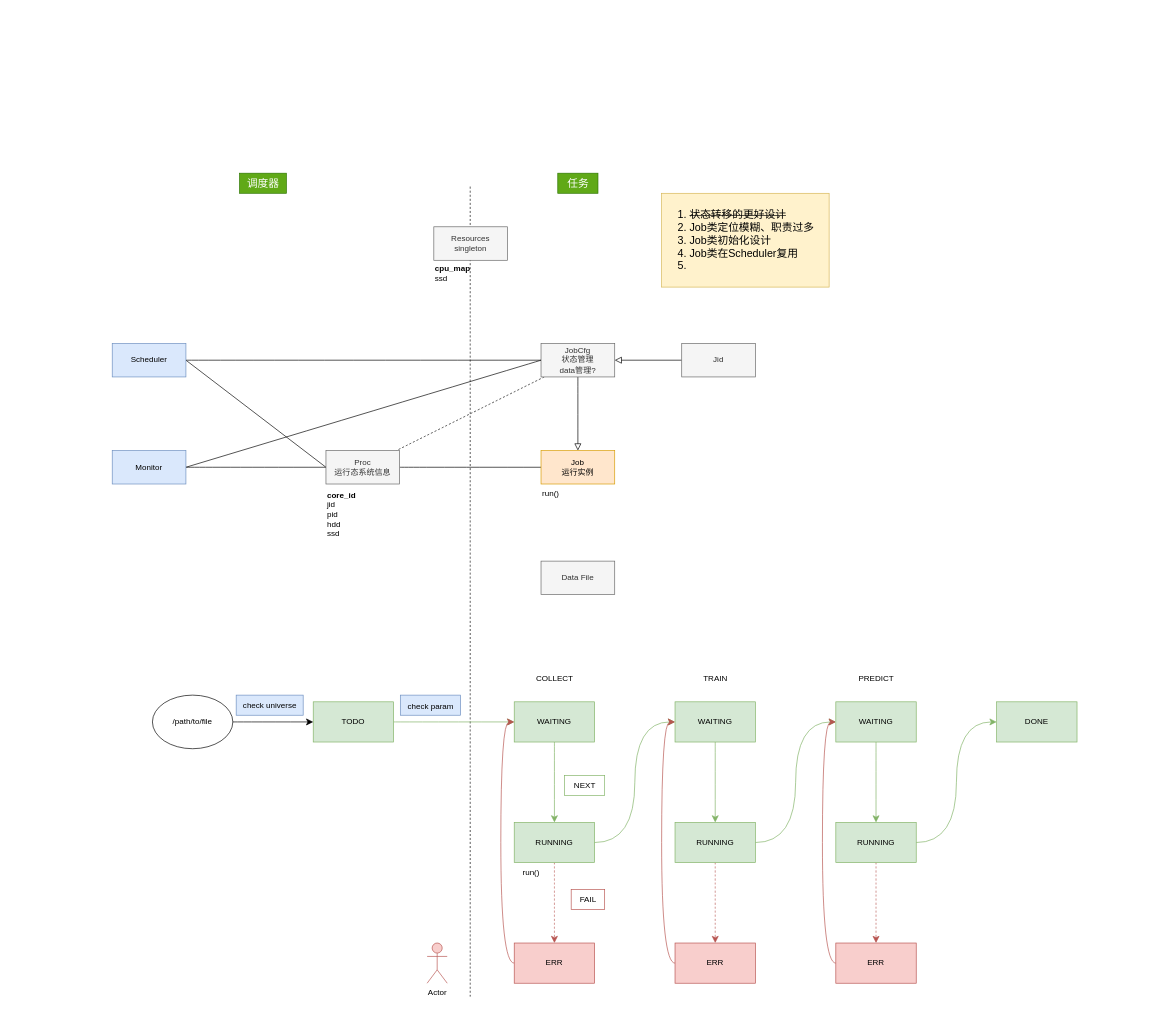
mistyeye11/drawio keeps this draw.io diagram as practice.drawio. Above is the earlier version. Source tidied: cells renumbered, new cells numbered last; positions are measured from the earlier drawing's top-left corner, leaving out a move shared by most shapes. Both pictures are drawn from the tidied source at 67%, with x=0, y=0 at pixel (112, 173).
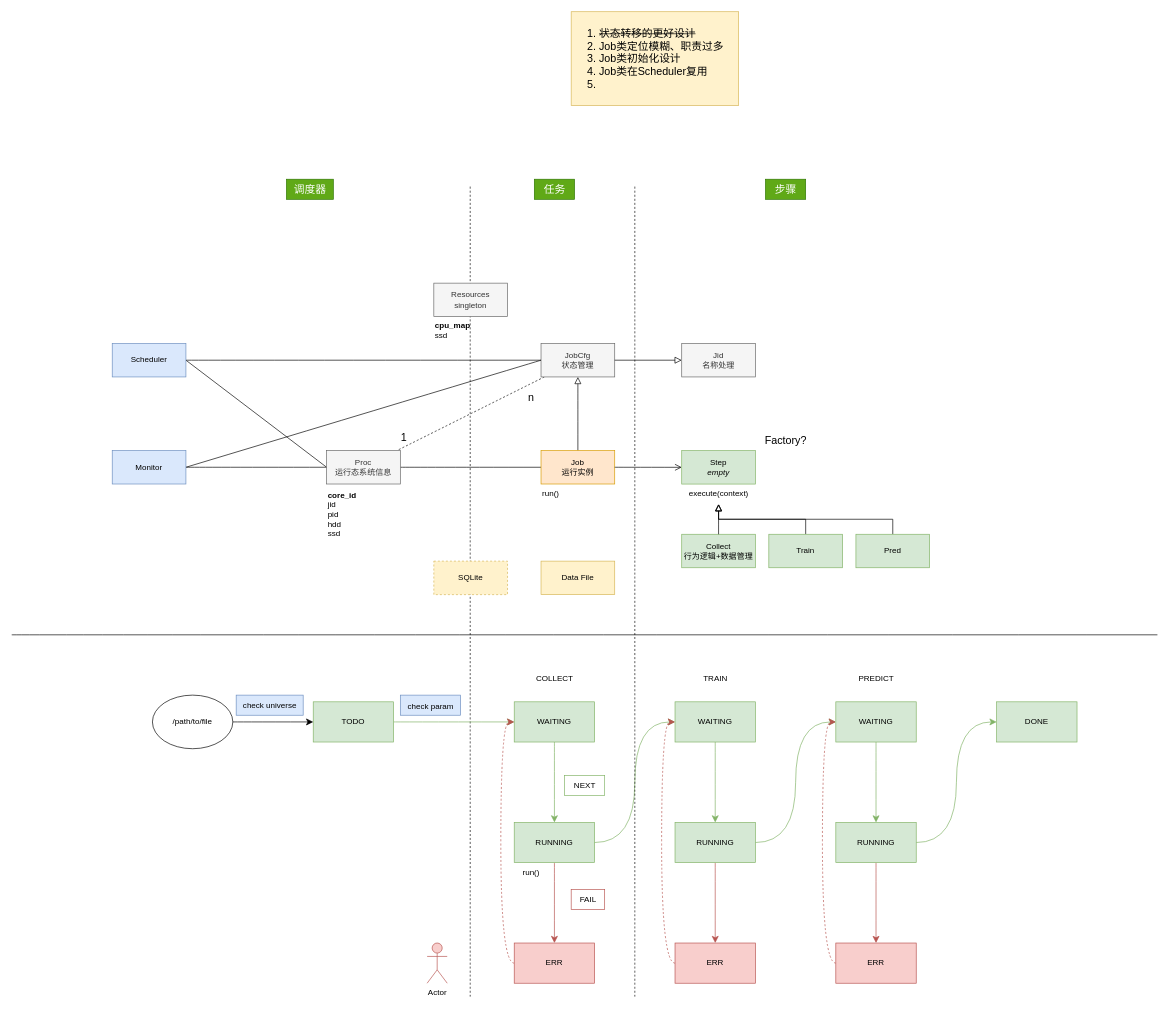
After the change.

The change refers to these unchanged cells:
```xml
<mxCell id="18" value="&lt;div&gt;WAITING&lt;/div&gt;" style="rounded=0;whiteSpace=wrap;html=1;fillColor=#d5e8d4;strokeColor=#82b366;" parent="1" vertex="1">
  <mxGeometry x="600" y="789" width="120" height="60" as="geometry" />
</mxCell>
<mxCell id="20" value="RUNNING" style="rounded=0;whiteSpace=wrap;html=1;fillColor=#d5e8d4;strokeColor=#82b366;" parent="1" vertex="1">
  <mxGeometry x="600" y="969" width="120" height="60" as="geometry" />
</mxCell>
<mxCell id="22" value="ERR" style="rounded=0;whiteSpace=wrap;html=1;fillColor=#f8cecc;strokeColor=#b85450;" parent="1" vertex="1">
  <mxGeometry x="600" y="1149" width="120" height="60" as="geometry" />
</mxCell>
<mxCell id="24" value="&lt;div&gt;WAITING&lt;/div&gt;" style="rounded=0;whiteSpace=wrap;html=1;fillColor=#d5e8d4;strokeColor=#82b366;" parent="1" vertex="1">
  <mxGeometry x="840" y="789" width="120" height="60" as="geometry" />
</mxCell>
<mxCell id="26" value="&lt;div&gt;WAITING&lt;/div&gt;" style="rounded=0;whiteSpace=wrap;html=1;fillColor=#d5e8d4;strokeColor=#82b366;" parent="1" vertex="1">
  <mxGeometry x="1080" y="789" width="120" height="60" as="geometry" />
</mxCell>
<mxCell id="30" value="RUNNING" style="rounded=0;whiteSpace=wrap;html=1;fillColor=#d5e8d4;strokeColor=#82b366;" parent="1" vertex="1">
  <mxGeometry x="840" y="969" width="120" height="60" as="geometry" />
</mxCell>
<mxCell id="33" value="RUNNING" style="rounded=0;whiteSpace=wrap;html=1;fillColor=#d5e8d4;strokeColor=#82b366;" parent="1" vertex="1">
  <mxGeometry x="1080" y="969" width="120" height="60" as="geometry" />
</mxCell>
<mxCell id="34" value="ERR" style="rounded=0;whiteSpace=wrap;html=1;fillColor=#f8cecc;strokeColor=#b85450;" parent="1" vertex="1">
  <mxGeometry x="840" y="1149" width="120" height="60" as="geometry" />
</mxCell>
<mxCell id="36" value="ERR" style="rounded=0;whiteSpace=wrap;html=1;fillColor=#f8cecc;strokeColor=#b85450;" parent="1" vertex="1">
  <mxGeometry x="1080" y="1149" width="120" height="60" as="geometry" />
</mxCell>
<mxCell id="57" value="&lt;div&gt;Job&lt;/div&gt;&lt;div&gt;运行实例&lt;br&gt;&lt;/div&gt;" style="html=1;whiteSpace=wrap;fillColor=#ffe6cc;strokeColor=#d79b00;" parent="56" vertex="1">
  <mxGeometry width="110" height="50" as="geometry" />
</mxCell>
```

Diff of the diagram source:
```diff
@@
-    <mxCell id="4" style="edgeStyle=none;curved=1;rounded=0;jettySize=auto;html=1;entryX=0.5;entryY=0;entryDx=0;entryDy=0;fontSize=12;startSize=8;endSize=8;endArrow=block;endFill=0;startArrow=none;startFill=0;" parent="1" edge="1" source="6" target="57">
+    <mxCell id="4" style="edgeStyle=none;curved=1;rounded=0;jettySize=auto;html=1;entryX=0.5;entryY=0;entryDx=0;entryDy=0;fontSize=12;startSize=8;endSize=8;endArrow=none;endFill=0;startArrow=block;startFill=0;" parent="1" edge="1" source="6" target="57">
       <mxGeometry relative="1" as="geometry" />
     </mxCell>
@@
-    <mxCell id="6" value="&lt;div&gt;JobCfg&lt;/div&gt;&lt;div&gt;状态管理&lt;/div&gt;&lt;div&gt;data管理?&lt;br&gt;&lt;/div&gt;" style="html=1;whiteSpace=wrap;fillColor=#f5f5f5;strokeColor=#666666;fontColor=#333333;" parent="1" vertex="1">
+    <mxCell id="6" value="&lt;div&gt;JobCfg&lt;/div&gt;&lt;div&gt;状态管理&lt;/div&gt;" style="html=1;whiteSpace=wrap;fillColor=#f5f5f5;strokeColor=#666666;fontColor=#333333;" parent="1" vertex="1">
       <mxGeometry x="640" y="254.1" width="110" height="50" as="geometry" />
     </mxCell>
-    <mxCell id="7" style="edgeStyle=orthogonalEdgeStyle;rounded=0;jettySize=auto;html=1;fontSize=12;startSize=8;endSize=8;endArrow=block;endFill=0;" parent="1" edge="1" source="8" target="6">
+    <mxCell id="7" style="edgeStyle=orthogonalEdgeStyle;rounded=0;jettySize=auto;html=1;fontSize=12;startSize=8;endSize=8;endArrow=none;endFill=0;startArrow=block;startFill=0;" parent="1" edge="1" source="8" target="6">
       <mxGeometry relative="1" as="geometry" />
     </mxCell>
-    <mxCell id="8" value="&lt;div&gt;Jid&lt;/div&gt;" style="html=1;whiteSpace=wrap;fillColor=#f5f5f5;fontColor=#333333;strokeColor=#666666;" parent="1" vertex="1">
+    <mxCell id="8" value="&lt;div&gt;Jid&lt;/div&gt;&lt;div&gt;名称处理&lt;br&gt;&lt;/div&gt;" style="html=1;whiteSpace=wrap;fillColor=#f5f5f5;fontColor=#333333;strokeColor=#666666;" parent="1" vertex="1">
       <mxGeometry x="850" y="254.1" width="110" height="50" as="geometry" />
     </mxCell>
@@
-    <mxCell id="19" style="edgeStyle=none;curved=1;rounded=0;jettySize=auto;html=1;fontSize=12;startSize=8;endSize=8;dashed=1;fillColor=#f8cecc;strokeColor=#b85450;" parent="1" edge="1" source="20" target="22">
+    <mxCell id="19" style="edgeStyle=none;curved=1;rounded=0;jettySize=auto;html=1;fontSize=12;startSize=8;endSize=8;fillColor=#f8cecc;strokeColor=#b85450;" parent="1" edge="1" source="20" target="22">
       <mxGeometry relative="1" as="geometry" />
     </mxCell>
@@
-    <mxCell id="21" style="edgeStyle=orthogonalEdgeStyle;rounded=0;jettySize=auto;html=1;exitX=0;exitY=0.5;exitDx=0;exitDy=0;entryX=0;entryY=0.5;entryDx=0;entryDy=0;fontSize=12;startSize=8;endSize=8;curved=1;fillColor=#f8cecc;strokeColor=#b85450;" parent="1" edge="1" source="22" target="18">
+    <mxCell id="21" style="edgeStyle=orthogonalEdgeStyle;rounded=0;jettySize=auto;html=1;exitX=0;exitY=0.5;exitDx=0;exitDy=0;entryX=0;entryY=0.5;entryDx=0;entryDy=0;fontSize=12;startSize=8;endSize=8;curved=1;fillColor=#f8cecc;strokeColor=#b85450;dashed=1;" parent="1" edge="1" source="22" target="18">
       <mxGeometry relative="1" as="geometry" />
     </mxCell>
@@
-    <mxCell id="28" style="edgeStyle=none;curved=1;rounded=0;jettySize=auto;html=1;fontSize=12;startSize=8;endSize=8;dashed=1;fillColor=#f8cecc;strokeColor=#b85450;" parent="1" edge="1" source="30" target="34">
+    <mxCell id="28" style="edgeStyle=none;curved=1;rounded=0;jettySize=auto;html=1;fontSize=12;startSize=8;endSize=8;fillColor=#f8cecc;strokeColor=#b85450;" parent="1" edge="1" source="30" target="34">
       <mxGeometry relative="1" as="geometry" />
     </mxCell>
@@
-    <mxCell id="31" style="edgeStyle=none;curved=1;rounded=0;jettySize=auto;html=1;fontSize=12;startSize=8;endSize=8;dashed=1;fillColor=#f8cecc;strokeColor=#b85450;" parent="1" edge="1" source="33" target="36">
+    <mxCell id="31" style="edgeStyle=none;curved=1;rounded=0;jettySize=auto;html=1;fontSize=12;startSize=8;endSize=8;fillColor=#f8cecc;strokeColor=#b85450;" parent="1" edge="1" source="33" target="36">
       <mxGeometry relative="1" as="geometry" />
     </mxCell>
@@
-    <mxCell id="35" style="edgeStyle=orthogonalEdgeStyle;curved=1;rounded=0;jettySize=auto;html=1;exitX=0;exitY=0.5;exitDx=0;exitDy=0;entryX=0;entryY=0.5;entryDx=0;entryDy=0;fontSize=12;startSize=8;endSize=8;fillColor=#f8cecc;strokeColor=#b85450;" parent="1" edge="1" source="36" target="26">
+    <mxCell id="35" style="edgeStyle=orthogonalEdgeStyle;curved=1;rounded=0;jettySize=auto;html=1;exitX=0;exitY=0.5;exitDx=0;exitDy=0;entryX=0;entryY=0.5;entryDx=0;entryDy=0;fontSize=12;startSize=8;endSize=8;fillColor=#f8cecc;strokeColor=#b85450;dashed=1;" parent="1" edge="1" source="36" target="26">
       <mxGeometry relative="1" as="geometry" />
     </mxCell>
@@
-    <mxCell id="46" style="edgeStyle=orthogonalEdgeStyle;curved=1;rounded=0;jettySize=auto;html=1;exitX=0;exitY=0.5;exitDx=0;exitDy=0;entryX=0;entryY=0.5;entryDx=0;entryDy=0;fontSize=12;startSize=8;endSize=8;fillColor=#f8cecc;strokeColor=#b85450;" parent="1" edge="1" source="34" target="24">
+    <mxCell id="46" style="edgeStyle=orthogonalEdgeStyle;curved=1;rounded=0;jettySize=auto;html=1;exitX=0;exitY=0.5;exitDx=0;exitDy=0;entryX=0;entryY=0.5;entryDx=0;entryDy=0;fontSize=12;startSize=8;endSize=8;fillColor=#f8cecc;strokeColor=#b85450;dashed=1;" parent="1" edge="1" source="34" target="24">
       <mxGeometry relative="1" as="geometry" />
     </mxCell>
     <mxCell id="47" value="&lt;div align=&quot;left&quot;&gt;&lt;ol&gt;&lt;li&gt;&lt;strike&gt;状态转移的更好设计&lt;/strike&gt;&lt;/li&gt;&lt;li&gt;Job类定位模糊、职责过多&lt;/li&gt;&lt;li&gt;Job类初始化设计&lt;br&gt;&lt;/li&gt;&lt;li&gt;Job类在Scheduler复用&lt;/li&gt;&lt;li&gt;&lt;br&gt;&lt;/li&gt;&lt;/ol&gt;&lt;/div&gt;" style="text;html=1;align=left;verticalAlign=middle;strokeColor=#d6b656;fillColor=#fff2cc;fontSize=16;" parent="1" vertex="1">
-      <mxGeometry x="820" y="30" width="250" height="140" as="geometry" />
+      <mxGeometry x="685" y="-241" width="250" height="140" as="geometry" />
     </mxCell>
     <mxCell id="48" value="调度器" style="text;html=1;align=center;verticalAlign=middle;strokeColor=#2D7600;fillColor=#60a917;fontSize=16;fontColor=#ffffff;" parent="1" vertex="1">
-      <mxGeometry x="190" width="70" height="30" as="geometry" />
+      <mxGeometry x="260" y="9" width="70" height="30" as="geometry" />
     </mxCell>
     <mxCell id="49" value="任务" style="text;html=1;align=center;verticalAlign=middle;strokeColor=#2D7600;fillColor=#60a917;fontSize=16;fontColor=#ffffff;" parent="1" vertex="1">
-      <mxGeometry x="665" width="60" height="30" as="geometry" />
+      <mxGeometry x="630" y="9" width="60" height="30" as="geometry" />
     </mxCell>
     <mxCell id="50" style="group;" parent="1" vertex="1">
-      <mxGeometry x="480" y="80" width="110" height="90" as="geometry" />
+      <mxGeometry x="480" y="164.1" width="110" height="90" as="geometry" />
     </mxCell>
@@
     <mxCell id="53" style="group;" parent="1" vertex="1">
-      <mxGeometry x="319" y="413.9" width="110" height="140" as="geometry" />
+      <mxGeometry x="320" y="413.9" width="110" height="140" as="geometry" />
     </mxCell>
@@
-    <mxCell id="62" value="Data File" style="html=1;whiteSpace=wrap;fillColor=#f5f5f5;fontColor=#333333;strokeColor=#666666;" parent="1" vertex="1">
+    <mxCell id="62" value="Data File" style="html=1;whiteSpace=wrap;fillColor=#fff2cc;strokeColor=#d6b656;" parent="1" vertex="1">
       <mxGeometry x="640" y="579" width="110" height="50" as="geometry" />
     </mxCell>
+    <mxCell id="63" value="SQLite" style="html=1;whiteSpace=wrap;fillColor=#fff2cc;strokeColor=#d6b656;dashed=1;" parent="1" vertex="1">
+      <mxGeometry x="480" y="579" width="110" height="50" as="geometry" />
+    </mxCell>
+    <mxCell id="64" value="1" style="text;html=1;align=center;verticalAlign=middle;strokeColor=none;fillColor=none;fontSize=16;" parent="1" vertex="1">
+      <mxGeometry x="420" y="379" width="30" height="30" as="geometry" />
+    </mxCell>
+    <mxCell id="65" value="n" style="text;html=1;align=center;verticalAlign=middle;strokeColor=none;fillColor=none;fontSize=16;" parent="1" vertex="1">
+      <mxGeometry x="610" y="319" width="30" height="30" as="geometry" />
+    </mxCell>
+    <mxCell id="66" style="endArrow=none;html=1;rounded=0;fontSize=12;startSize=8;endSize=8;curved=1;" parent="1" edge="1">
+      <mxGeometry relative="1" as="geometry">
+        <mxPoint x="-150" y="689" as="sourcePoint" />
+        <mxPoint x="1560" y="689" as="targetPoint" />
+      </mxGeometry>
+    </mxCell>
+    <mxCell id="67" style="group;" parent="1" vertex="1">
+      <mxGeometry x="850" y="414" width="110" height="80" as="geometry" />
+    </mxCell>
+    <mxCell id="68" value="&lt;div&gt;Step&lt;/div&gt;&lt;div&gt;&lt;i&gt;empty&lt;/i&gt;&lt;/div&gt;" style="html=1;whiteSpace=wrap;fillColor=#d5e8d4;strokeColor=#82b366;" parent="67" vertex="1">
+      <mxGeometry width="110" height="50" as="geometry" />
+    </mxCell>
+    <mxCell id="69" value="execute(context)" style="text;html=1;align=center;verticalAlign=middle;points=[];strokeColor=none;fillColor=none;fontSize=12;" parent="67" vertex="1">
+      <mxGeometry y="50" width="110" height="30" as="geometry" />
+    </mxCell>
+    <mxCell id="70" value="&lt;div&gt;Collect&lt;/div&gt;&lt;div&gt;行为逻辑+数据管理&lt;br&gt;&lt;/div&gt;" style="html=1;whiteSpace=wrap;fillColor=#d5e8d4;strokeColor=#82b366;" parent="1" vertex="1">
+      <mxGeometry x="850" y="538.9" width="110" height="50" as="geometry" />
+    </mxCell>
+    <mxCell id="71" style="edgeStyle=orthogonalEdgeStyle;rounded=0;jettySize=auto;html=1;exitX=0.5;exitY=0;exitDx=0;exitDy=0;fontSize=12;startSize=8;endSize=8;endArrow=block;endFill=0;" parent="1" edge="1" source="72" target="69">
+      <mxGeometry relative="1" as="geometry" />
+    </mxCell>
+    <mxCell id="72" value="Train" style="html=1;whiteSpace=wrap;fillColor=#d5e8d4;strokeColor=#82b366;" parent="1" vertex="1">
+      <mxGeometry x="980" y="538.9" width="110" height="50" as="geometry" />
+    </mxCell>
+    <mxCell id="73" style="edgeStyle=orthogonalEdgeStyle;rounded=0;jettySize=auto;html=1;exitX=0.5;exitY=0;exitDx=0;exitDy=0;fontSize=12;startSize=8;endSize=8;endArrow=block;endFill=0;" parent="1" edge="1" source="74" target="69">
+      <mxGeometry relative="1" as="geometry" />
+    </mxCell>
+    <mxCell id="74" value="Pred" style="html=1;whiteSpace=wrap;fillColor=#d5e8d4;strokeColor=#82b366;" parent="1" vertex="1">
+      <mxGeometry x="1110" y="538.9" width="110" height="50" as="geometry" />
+    </mxCell>
+    <mxCell id="75" style="edgeStyle=none;curved=1;rounded=0;jettySize=auto;html=1;fontSize=12;startSize=8;endSize=8;startArrow=block;startFill=0;endArrow=none;endFill=0;" parent="1" edge="1" source="69" target="70">
+      <mxGeometry relative="1" as="geometry" />
+    </mxCell>
+    <mxCell id="76" value="&lt;div&gt;Factory?&lt;/div&gt;" style="text;html=1;align=center;verticalAlign=middle;strokeColor=none;fillColor=none;fontSize=16;" parent="1" vertex="1">
+      <mxGeometry x="960" y="384" width="90" height="30" as="geometry" />
+    </mxCell>
+    <mxCell id="77" style="endArrow=none;dashed=1;html=1;rounded=0;fontSize=12;startSize=8;endSize=8;curved=1;" parent="1" edge="1">
+      <mxGeometry relative="1" as="geometry">
+        <mxPoint x="780" y="1229" as="sourcePoint" />
+        <mxPoint x="780" y="19" as="targetPoint" />
+      </mxGeometry>
+    </mxCell>
+    <mxCell id="78" style="edgeStyle=none;curved=1;rounded=0;jettySize=auto;html=1;exitX=1;exitY=0.5;exitDx=0;exitDy=0;entryX=0;entryY=0.5;entryDx=0;entryDy=0;fontSize=12;startSize=8;endSize=8;endArrow=open;endFill=0;" parent="1" edge="1" source="57" target="68">
+      <mxGeometry relative="1" as="geometry" />
+    </mxCell>
+    <mxCell id="79" value="步骤" style="text;html=1;align=center;verticalAlign=middle;strokeColor=#2D7600;fillColor=#60a917;fontSize=16;fontColor=#ffffff;" parent="1" vertex="1">
+      <mxGeometry x="975" y="9" width="60" height="30" as="geometry" />
+    </mxCell>
```
